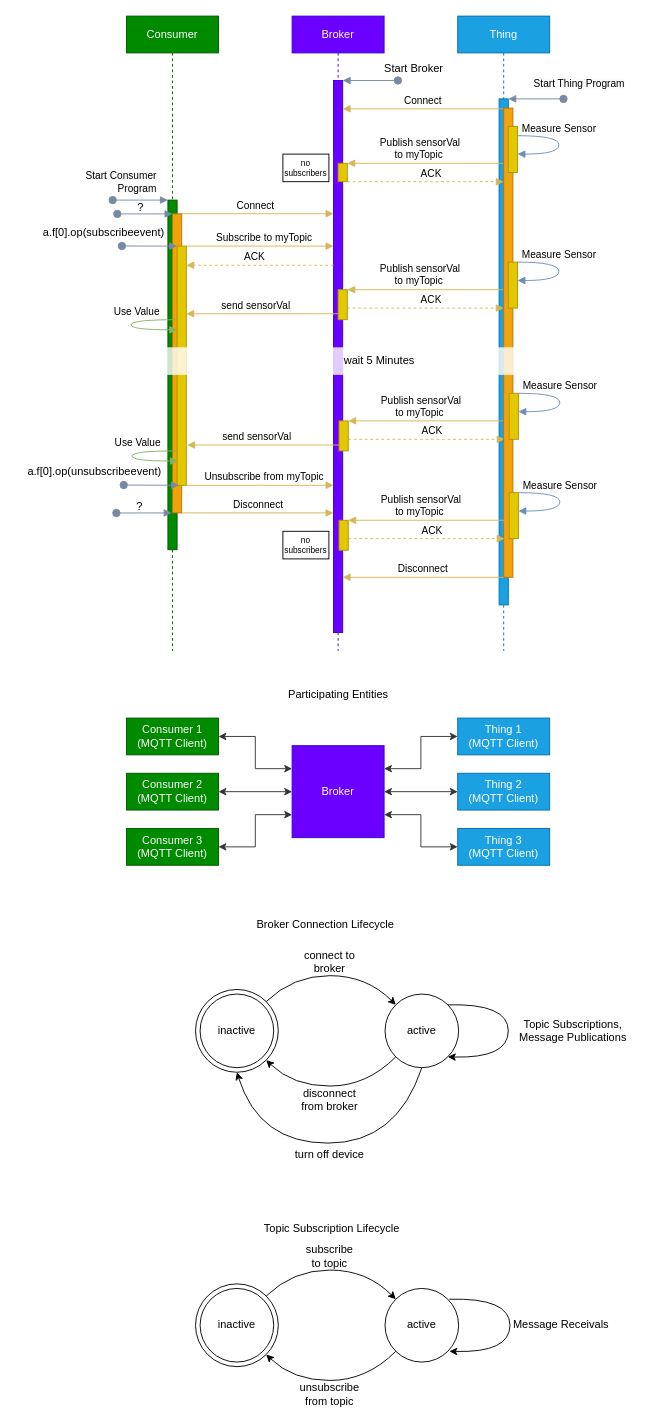
The draw.io diagram page "Broker" (2 of 5) of planning/ThingDescription/td-next-work-items/images/initial-connection.drawio in w3c/wot, before the edit. Source tidied: cells renumbered, new cells numbered last; positions are measured from the earlier drawing's top-left corner, leaving out a move shared by most shapes. Both pictures are drawn from the tidied source at 92%, with x=0, y=0 at pixel (16, 16).
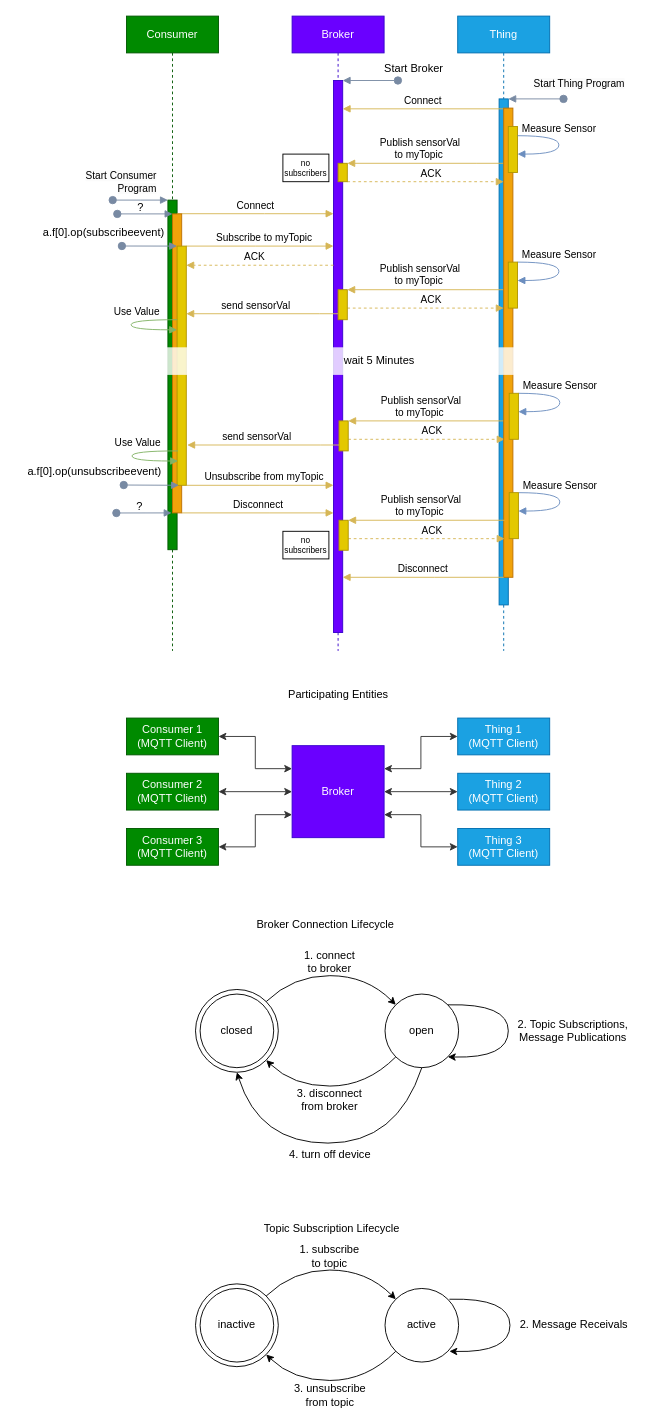
The same diagram, later.

What changed in the source:
```diff
@@
-    <mxCell id="48" value="subscribe to topic" style="text;html=1;strokeColor=none;fillColor=none;align=center;verticalAlign=middle;whiteSpace=wrap;rounded=0;" parent="1" vertex="1">
-      <mxGeometry x="311" y="1333" width="60" height="30" as="geometry" />
+    <mxCell id="48" value="1. subscribe to topic" style="text;html=1;strokeColor=none;fillColor=none;align=center;verticalAlign=middle;whiteSpace=wrap;rounded=0;" parent="1" vertex="1">
+      <mxGeometry x="301" y="1333" width="80" height="30" as="geometry" />
     </mxCell>
@@
-    <mxCell id="50" value="unsubscribe from topic" style="text;html=1;strokeColor=none;fillColor=none;align=center;verticalAlign=middle;whiteSpace=wrap;rounded=0;" parent="1" vertex="1">
-      <mxGeometry x="304" y="1483" width="74" height="30" as="geometry" />
+    <mxCell id="50" value="3. unsubscribe from topic" style="text;html=1;strokeColor=none;fillColor=none;align=center;verticalAlign=middle;whiteSpace=wrap;rounded=0;" parent="1" vertex="1">
+      <mxGeometry x="287.5" y="1484" width="107" height="30" as="geometry" />
     </mxCell>
@@
-    <mxCell id="53" value="inactive" style="ellipse;whiteSpace=wrap;html=1;fillColor=default;" parent="1" vertex="1">
+    <mxCell id="53" value="closed" style="ellipse;whiteSpace=wrap;html=1;fillColor=default;" parent="1" vertex="1">
       <mxGeometry x="200" y="1063" width="80" height="80" as="geometry" />
     </mxCell>
-    <mxCell id="54" value="active" style="ellipse;whiteSpace=wrap;html=1;fillColor=default;" parent="1" vertex="1">
+    <mxCell id="54" value="open" style="ellipse;whiteSpace=wrap;html=1;fillColor=default;" parent="1" vertex="1">
       <mxGeometry x="401" y="1063" width="80" height="80" as="geometry" />
     </mxCell>
@@
-    <mxCell id="56" value="connect to broker" style="text;html=1;strokeColor=none;fillColor=none;align=center;verticalAlign=middle;whiteSpace=wrap;rounded=0;" parent="1" vertex="1">
+    <mxCell id="56" value="1. connect to broker" style="text;html=1;strokeColor=none;fillColor=none;align=center;verticalAlign=middle;whiteSpace=wrap;rounded=0;" parent="1" vertex="1">
       <mxGeometry x="311" y="1013" width="60" height="30" as="geometry" />
     </mxCell>
@@
-    <mxCell id="58" value="disconnect from broker" style="text;html=1;strokeColor=none;fillColor=none;align=center;verticalAlign=middle;whiteSpace=wrap;rounded=0;" parent="1" vertex="1">
+    <mxCell id="58" value="3. disconnect from broker" style="text;html=1;strokeColor=none;fillColor=none;align=center;verticalAlign=middle;whiteSpace=wrap;rounded=0;" parent="1" vertex="1">
       <mxGeometry x="304" y="1163" width="74" height="30" as="geometry" />
     </mxCell>
@@
-    <mxCell id="60" value="Topic Subscriptions, &lt;br&gt;Message Publications" style="text;html=1;align=center;verticalAlign=middle;strokeColor=none;fillColor=none;" parent="1" vertex="1">
+    <mxCell id="60" value="2. Topic Subscriptions, &lt;br&gt;Message Publications" style="text;html=1;align=center;verticalAlign=middle;strokeColor=none;fillColor=none;" parent="1" vertex="1">
       <mxGeometry x="535" y="1083" width="140" height="40" as="geometry" />
     </mxCell>
@@
-    <mxCell id="62" value="Message Receivals" style="text;html=1;align=center;verticalAlign=middle;strokeColor=none;fillColor=none;" parent="1" vertex="1">
-      <mxGeometry x="526.8" y="1408" width="130" height="30" as="geometry" />
+    <mxCell id="62" value="2. Message Receivals" style="text;html=1;align=center;verticalAlign=middle;strokeColor=none;fillColor=none;" parent="1" vertex="1">
+      <mxGeometry x="536" y="1408" width="140" height="30" as="geometry" />
     </mxCell>
@@
-    <mxCell id="78" value="turn off device" style="text;html=1;strokeColor=none;fillColor=none;align=center;verticalAlign=middle;whiteSpace=wrap;rounded=0;" parent="1" vertex="1">
-      <mxGeometry x="296" y="1223" width="90" height="30" as="geometry" />
+    <mxCell id="78" value="4. turn off device" style="text;html=1;strokeColor=none;fillColor=none;align=center;verticalAlign=middle;whiteSpace=wrap;rounded=0;" parent="1" vertex="1">
+      <mxGeometry x="268.5" y="1223" width="145" height="30" as="geometry" />
     </mxCell>
```
